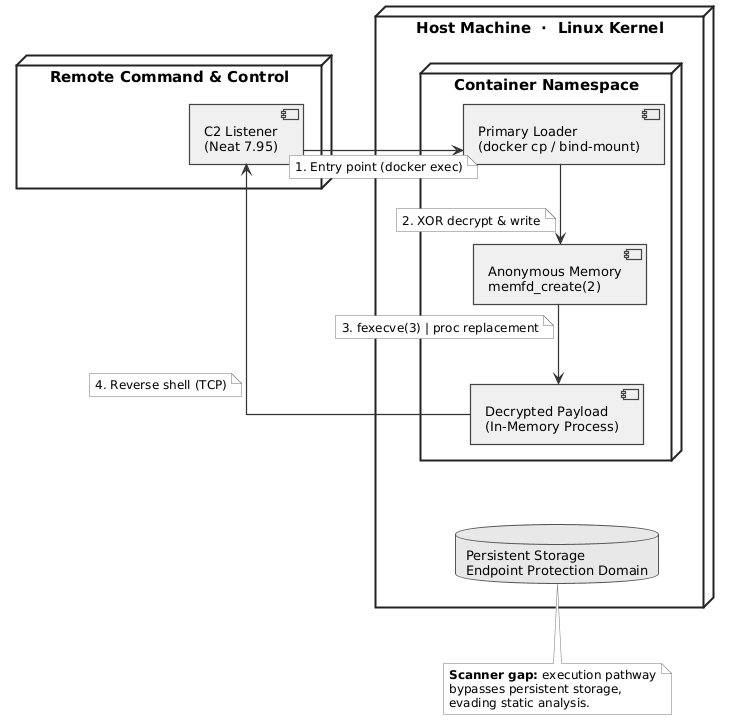
Torres08/containment-leak-research keeps this PlantUML diagram as diagrams/images/diagram1.png. Above is the earlier version. The source it was exported from:
```plantuml
@startuml
skinparam monochrome true
skinparam shadowing false
skinparam defaultFontName "Times New Roman"
skinparam defaultFontSize 13
skinparam linetype ortho
skinparam nodesep 80
skinparam ranksep 80
skinparam roundCorner 0
skinparam ArrowThickness 1.2
skinparam ArrowColor #333333

skinparam node {
  BorderColor #222222
  BorderThickness 2
  BackgroundColor #FFFFFF
  FontStyle bold
  FontSize 15
}

skinparam component {
  BorderColor #444444
  BorderThickness 1.2
  BackgroundColor #F0F0F0
  FontSize 13
}

skinparam database {
  BorderColor #555555
  BorderThickness 1
  BackgroundColor #E8E8E8
  FontSize 13
}

skinparam note {
  BorderColor #777777
  BackgroundColor #FAFAFA
  FontSize 12
}

node "Remote Command & Control" as c2_node {
  component "C2 Listener\n(Neat 7.95)" as c2
}

node "Host Machine  ·  Linux Kernel" as host {
  node "Container Namespace" as ns {
    component "Primary Loader\n(docker cp / bind-mount)" as loader
    component "Anonymous Memory\nmemfd_create(2)" as memfd
    component "Decrypted Payload\n(In-Memory Process)" as payload
  }

  database "Persistent Storage\nEndpoint Protection Domain" as disk
}

note bottom of disk
  <b>Scanner gap:</b> execution pathway
  bypasses persistent storage,
  evading static analysis.
end note

c2 -right-> loader
note top on link
  1. Entry point (docker exec)
end note

loader -down-> memfd
note right on link
  2. XOR decrypt & write
end note

memfd -down-> payload
note right on link
  3. fexecve(3) | proc replacement
end note

payload -left-> c2
note bottom on link
  4. Reverse shell (TCP)
end note

c2_node -[hidden]right-> host
payload -[hidden]down-> disk
@enduml
```
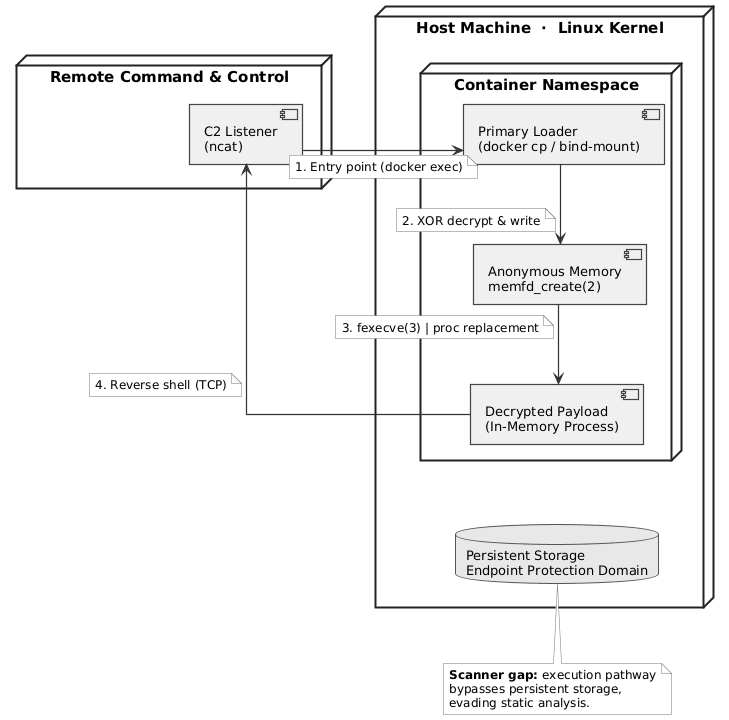
Above is the later version.

The edit, as a diff of the source:
```diff
@@ -39,7 +39,7 @@
 }
 
 node "Remote Command & Control" as c2_node {
-  component "C2 Listener\n(Neat 7.95)" as c2
+  component "C2 Listener\n(ncat)" as c2
 }
 
 node "Host Machine  ·  Linux Kernel" as host {
```
